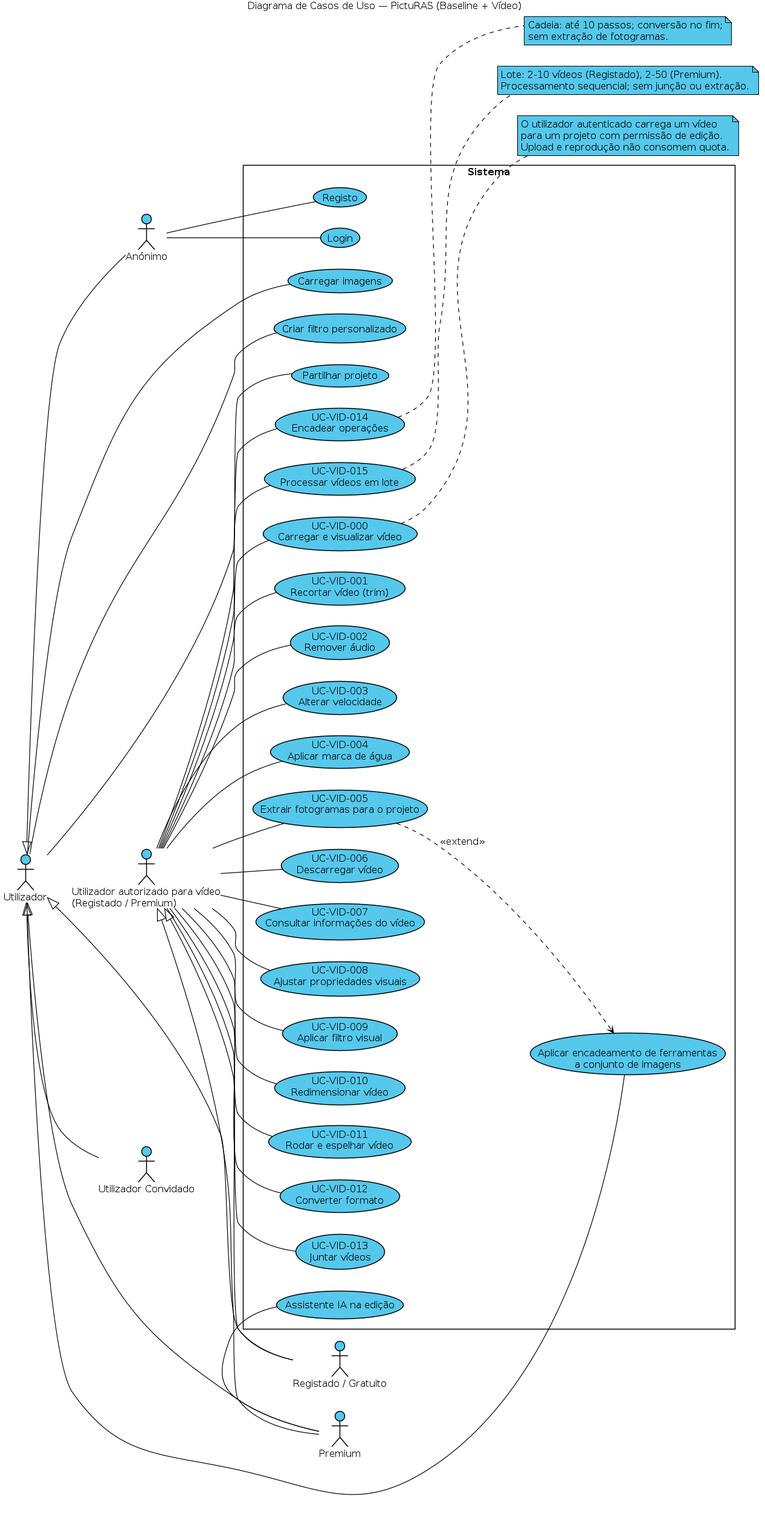
luis444coelho/picturas-27-extension keeps this PlantUML diagram as docs/diagrams/diagrama_casos_uso.png. Above is the earlier version. Its source is kept beside it as docs/diagrams/diagrama_casos_uso.puml.
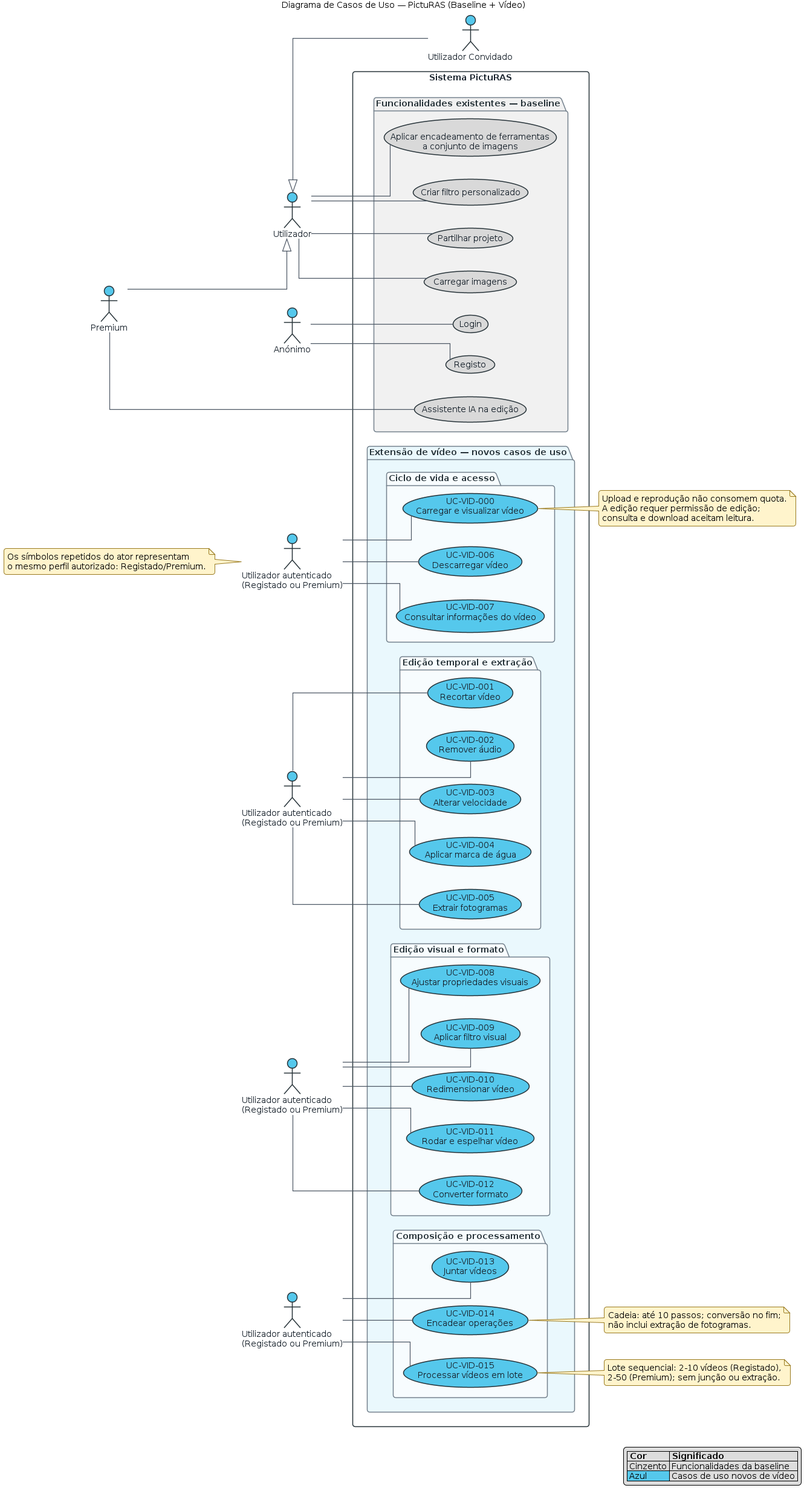
Above is the later version.

Commit message:
Atualização diagramas

What changed in the source:
```diff
@@ -1,63 +1,84 @@
 @startuml diagrama_casos_uso
+
+left to right direction
 skinparam monochrome false
 skinparam shadowing false
-skinparam roundcorner 0
+skinparam linetype ortho
+skinparam packageStyle rectangle
+skinparam roundcorner 8
 skinparam defaultFontName Arial
-skinparam defaultFontSize 16
+skinparam defaultFontSize 14
 skinparam actorStyle stickman
-skinparam usecaseBackgroundColor #55C8EC
-skinparam usecaseBorderColor black
+skinparam ArrowColor #4B5563
+skinparam ArrowThickness 1.2
+skinparam usecaseBorderColor #263238
+skinparam usecaseFontColor #17212B
 skinparam actorBackgroundColor #55C8EC
-skinparam actorBorderColor black
-skinparam ArrowColor black
-skinparam ArrowThickness 1.2
-skinparam noteBackgroundColor #55C8EC
-skinparam noteBorderColor black
-skinparam nodesep 35
-skinparam ranksep 40
-left to right direction
+skinparam actorBorderColor #263238
+skinparam actorFontColor #17212B
+skinparam packageBorderColor #73808C
+skinparam packageFontColor #263238
+skinparam rectangleBorderColor #263238
+skinparam rectangleFontColor #17212B
+skinparam noteBackgroundColor #FFF4CC
+skinparam noteBorderColor #9A7B20
+skinparam nodesep 38
+skinparam ranksep 45
 
 title Diagrama de Casos de Uso — PictuRAS (Baseline + Vídeo)
 
 actor "Anónimo" as Anonimo
 actor "Utilizador" as Utilizador
 actor "Utilizador Convidado" as Convidado
-actor "Registado / Gratuito" as Gratuito
 actor "Premium" as Premium
-actor "Utilizador autorizado para vídeo\n(Registado / Premium)" as UtilizadorVideo
+actor "Utilizador autenticado\n(Registado ou Premium)" as AtorCiclo
+actor "Utilizador autenticado\n(Registado ou Premium)" as AtorEdicaoTemporal
+actor "Utilizador autenticado\n(Registado ou Premium)" as AtorEdicaoVisual
+actor "Utilizador autenticado\n(Registado ou Premium)" as AtorComposicao
 
-Utilizador <|-- Anonimo
-Utilizador <|-- Convidado
-Utilizador <|-- Gratuito
-Utilizador <|-- Premium
-UtilizadorVideo <|-- Gratuito
-UtilizadorVideo <|-- Premium
+Convidado -up-|> Utilizador
+Premium -down-|> Utilizador
 
-rectangle "Sistema" {
-  usecase "Registo" as UC_Registo
-  usecase "Login" as UC_Login
-  usecase "Carregar imagens" as UC_CarregarImagens
-  usecase "Aplicar encadeamento de ferramentas\na conjunto de imagens" as UC_EncadeamentoImagens
-  usecase "Criar filtro personalizado" as UC_FiltroPersonalizado
-  usecase "Partilhar projeto" as UC_Partilhar
-  usecase "Assistente IA na edição" as UC_AssistenteIA
+rectangle "Sistema PictuRAS" {
+  package "Funcionalidades existentes — baseline" as Baseline #F1F1F1 {
+    usecase "Registo" as UC_Registo #D9D9D9
+    usecase "Login" as UC_Login #D9D9D9
+    usecase "Carregar imagens" as UC_CarregarImagens #D9D9D9
+    usecase "Aplicar encadeamento de ferramentas\na conjunto de imagens" as UC_EncadeamentoImagens #D9D9D9
+    usecase "Criar filtro personalizado" as UC_FiltroPersonalizado #D9D9D9
+    usecase "Partilhar projeto" as UC_Partilhar #D9D9D9
+    usecase "Assistente IA na edição" as UC_AssistenteIA #D9D9D9
+  }
 
-  usecase "UC-VID-000\nCarregar e visualizar vídeo" as UC_VID_000
-  usecase "UC-VID-001\nRecortar vídeo (trim)" as UC_VID_001
-  usecase "UC-VID-002\nRemover áudio" as UC_VID_002
-  usecase "UC-VID-003\nAlterar velocidade" as UC_VID_003
-  usecase "UC-VID-004\nAplicar marca de água" as UC_VID_004
-  usecase "UC-VID-005\nExtrair fotogramas para o projeto" as UC_VID_005
-  usecase "UC-VID-006\nDescarregar vídeo" as UC_VID_006
-  usecase "UC-VID-007\nConsultar informações do vídeo" as UC_VID_007
-  usecase "UC-VID-008\nAjustar propriedades visuais" as UC_VID_008
-  usecase "UC-VID-009\nAplicar filtro visual" as UC_VID_009
-  usecase "UC-VID-010\nRedimensionar vídeo" as UC_VID_010
-  usecase "UC-VID-011\nRodar e espelhar vídeo" as UC_VID_011
-  usecase "UC-VID-012\nConverter formato" as UC_VID_012
-  usecase "UC-VID-013\nJuntar vídeos" as UC_VID_013
-  usecase "UC-VID-014\nEncadear operações" as UC_VID_014
-  usecase "UC-VID-015\nProcessar vídeos em lote" as UC_VID_015
+  package "Extensão de vídeo — novos casos de uso" as Video #EAF8FD {
+    package "Ciclo de vida e acesso" as Ciclo #F7FCFE {
+      usecase "UC-VID-000\nCarregar e visualizar vídeo" as UC_VID_000 #55C8EC
+      usecase "UC-VID-006\nDescarregar vídeo" as UC_VID_006 #55C8EC
+      usecase "UC-VID-007\nConsultar informações do vídeo" as UC_VID_007 #55C8EC
+    }
+
+    package "Edição temporal e extração" as EdicaoTemporal #F7FCFE {
+      usecase "UC-VID-001\nRecortar vídeo" as UC_VID_001 #55C8EC
+      usecase "UC-VID-002\nRemover áudio" as UC_VID_002 #55C8EC
+      usecase "UC-VID-003\nAlterar velocidade" as UC_VID_003 #55C8EC
+      usecase "UC-VID-004\nAplicar marca de água" as UC_VID_004 #55C8EC
+      usecase "UC-VID-005\nExtrair fotogramas" as UC_VID_005 #55C8EC
+    }
+
+    package "Edição visual e formato" as EdicaoVisual #F7FCFE {
+      usecase "UC-VID-008\nAjustar propriedades visuais" as UC_VID_008 #55C8EC
+      usecase "UC-VID-009\nAplicar filtro visual" as UC_VID_009 #55C8EC
+      usecase "UC-VID-010\nRedimensionar vídeo" as UC_VID_010 #55C8EC
+      usecase "UC-VID-011\nRodar e espelhar vídeo" as UC_VID_011 #55C8EC
+      usecase "UC-VID-012\nConverter formato" as UC_VID_012 #55C8EC
+    }
+
+    package "Composição e processamento" as Composicao #F7FCFE {
+      usecase "UC-VID-013\nJuntar vídeos" as UC_VID_013 #55C8EC
+      usecase "UC-VID-014\nEncadear operações" as UC_VID_014 #55C8EC
+      usecase "UC-VID-015\nProcessar vídeos em lote" as UC_VID_015 #55C8EC
+    }
+  }
 }
 
 Anonimo -- UC_Registo
@@ -68,39 +89,48 @@
 Utilizador -- UC_Partilhar
 Premium -- UC_AssistenteIA
 
-UtilizadorVideo -- UC_VID_000
-UtilizadorVideo -- UC_VID_001
-UtilizadorVideo -- UC_VID_002
-UtilizadorVideo -- UC_VID_003
-UtilizadorVideo -- UC_VID_004
-UtilizadorVideo -- UC_VID_005
-UtilizadorVideo -- UC_VID_006
-UtilizadorVideo -- UC_VID_007
-UtilizadorVideo -- UC_VID_008
-UtilizadorVideo -- UC_VID_009
-UtilizadorVideo -- UC_VID_010
-UtilizadorVideo -- UC_VID_011
-UtilizadorVideo -- UC_VID_012
-UtilizadorVideo -- UC_VID_013
-UtilizadorVideo -- UC_VID_014
-UtilizadorVideo -- UC_VID_015
-
-UC_VID_005 ..> UC_EncadeamentoImagens : <<extend>>
+AtorCiclo -- UC_VID_000
+AtorCiclo -- UC_VID_006
+AtorCiclo -- UC_VID_007
+AtorEdicaoTemporal -- UC_VID_001
+AtorEdicaoTemporal -- UC_VID_002
+AtorEdicaoTemporal -- UC_VID_003
+AtorEdicaoTemporal -- UC_VID_004
+AtorEdicaoTemporal -- UC_VID_005
+AtorEdicaoVisual -- UC_VID_008
+AtorEdicaoVisual -- UC_VID_009
+AtorEdicaoVisual -- UC_VID_010
+AtorEdicaoVisual -- UC_VID_011
+AtorEdicaoVisual -- UC_VID_012
+AtorComposicao -- UC_VID_013
+AtorComposicao -- UC_VID_014
+AtorComposicao -- UC_VID_015
 
 note right of UC_VID_000
-  O utilizador autenticado carrega um vídeo
-  para um projeto com permissão de edição.
   Upload e reprodução não consomem quota.
+  A edição requer permissão de edição;
+  consulta e download aceitam leitura.
+end note
+
+note left of AtorCiclo
+  Os símbolos repetidos do ator representam
+  o mesmo perfil autorizado: Registado/Premium.
 end note
 
 note right of UC_VID_014
   Cadeia: até 10 passos; conversão no fim;
-  sem extração de fotogramas.
+  não inclui extração de fotogramas.
 end note
 
 note right of UC_VID_015
-  Lote: 2–10 vídeos (Registado), 2–50 (Premium).
-  Processamento sequencial; sem junção ou extração.
+  Lote sequencial: 2–10 vídeos (Registado),
+  2–50 (Premium); sem junção ou extração.
 end note
 
+legend right
+  |= Cor |= Significado |
+  |<#D9D9D9> Cinzento | Funcionalidades da baseline |
+  |<#55C8EC> Azul | Casos de uso novos de vídeo |
+endlegend
+
 @enduml
```
